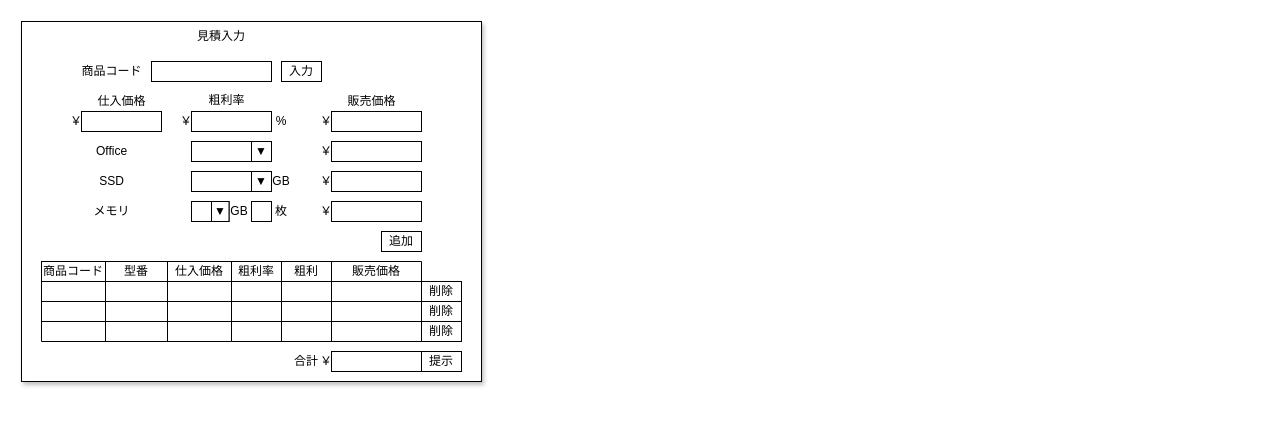
Before: page "S10-01 見積" (1 of 2) of 各種設計書/6.画面設計書/S10_見積.drawio in HaruShim/Sotuken, a draw.io diagram. Source tidied: cells renumbered, new cells numbered last; positions are measured from the earlier drawing's top-left corner, leaving out a move shared by most shapes. Both pictures are drawn from the tidied source at 100%, with x=0, y=0 at pixel (21, 21).
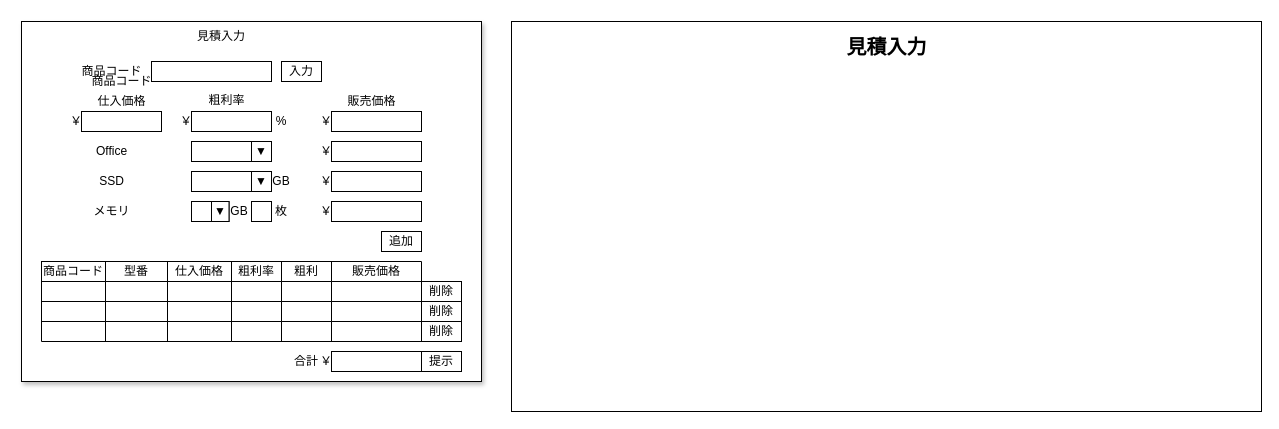
The same page after the edit.

What changed in the source:
```diff
@@
+    <mxCell id="80" style="rounded=0;whiteSpace=wrap;html=1;fillColor=default;strokeColor=default;fontColor=default;" parent="1" vertex="1">
+      <mxGeometry x="490" width="750" height="390" as="geometry" />
+    </mxCell>
+    <mxCell id="81" value="見積入力" style="text;html=1;strokeColor=none;fillColor=none;align=center;verticalAlign=middle;whiteSpace=wrap;rounded=0;fontColor=default;fontStyle=1;fontSize=20;" parent="1" vertex="1">
+      <mxGeometry x="738.8" y="10" width="252.5" height="30" as="geometry" />
+    </mxCell>
+    <mxCell id="82" value="&lt;div&gt;商品コード&lt;/div&gt;" style="text;html=1;align=center;verticalAlign=middle;strokeColor=none;fillColor=none;" parent="1" vertex="1">
+      <mxGeometry x="60" y="50" width="80" height="20" as="geometry" />
+    </mxCell>
```
